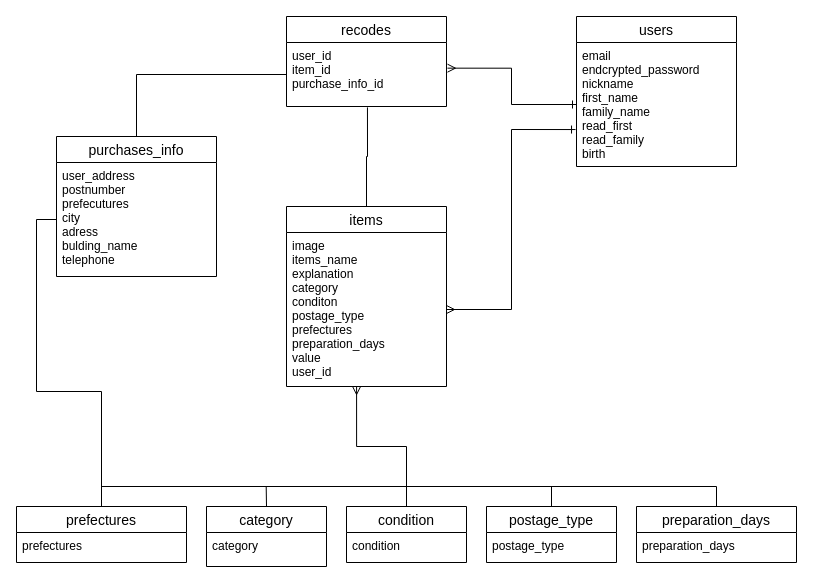
oritaitsuki/furima-36225 keeps this draw.io diagram as furima.dio. Above is the earlier version. Source tidied: cells renumbered, new cells numbered last; positions are measured from the earlier drawing's top-left corner, leaving out a move shared by most shapes. Both pictures are drawn from the tidied source at 100%, with x=0, y=0 at pixel (16, 16).
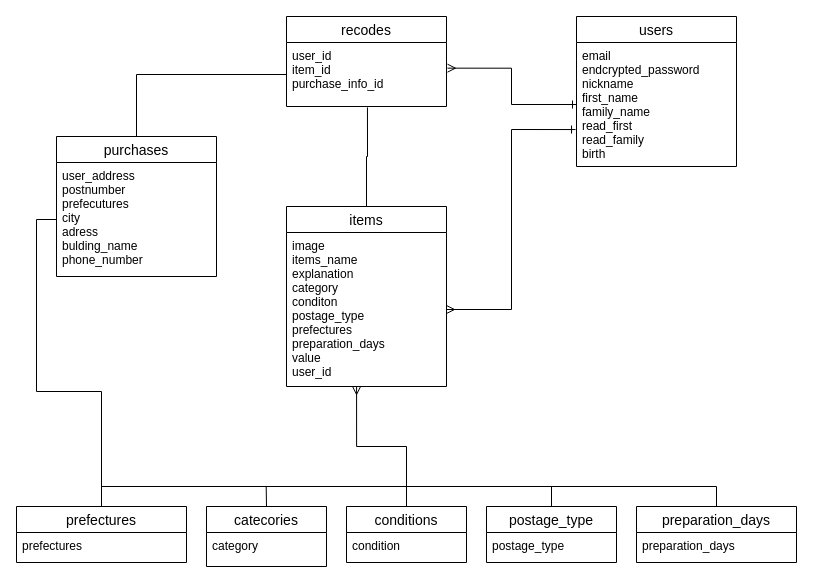
The same diagram, later.

What changed in the source:
```diff
@@
-    <mxCell id="7" value="purchases_info" style="swimlane;fontStyle=0;horizontal=1;startSize=26;align=center;fontSize=14;" parent="1" vertex="1">
+    <mxCell id="7" value="purchases" style="swimlane;fontStyle=0;horizontal=1;startSize=26;align=center;fontSize=14;" parent="1" vertex="1">
       <mxGeometry x="40" y="120" width="160" height="140" as="geometry" />
     </mxCell>
-    <mxCell id="8" value="user_address&#10;postnumber&#10;prefecutures&#10;city&#10;adress&#10;bulding_name&#10;telephone&#10;&#10;" style="text;strokeColor=none;fillColor=none;spacingLeft=4;spacingRight=4;overflow=hidden;points=[[0,0.5],[1,0.5]];portConstraint=eastwest;fontSize=12;" parent="7" vertex="1">
+    <mxCell id="8" value="user_address&#10;postnumber&#10;prefecutures&#10;city&#10;adress&#10;bulding_name&#10;phone_number&#10;" style="text;strokeColor=none;fillColor=none;spacingLeft=4;spacingRight=4;overflow=hidden;points=[[0,0.5],[1,0.5]];portConstraint=eastwest;fontSize=12;" parent="7" vertex="1">
       <mxGeometry y="26" width="160" height="114" as="geometry" />
     </mxCell>
@@
-    <mxCell id="13" value="category" style="swimlane;fontStyle=0;horizontal=1;startSize=26;align=center;fontSize=14;" parent="1" vertex="1">
+    <mxCell id="13" value="catecories" style="swimlane;fontStyle=0;horizontal=1;startSize=26;align=center;fontSize=14;" parent="1" vertex="1">
       <mxGeometry x="190" y="490" width="120" height="60" as="geometry" />
     </mxCell>
@@
-    <mxCell id="16" value="condition" style="swimlane;fontStyle=0;horizontal=1;startSize=26;align=center;fontSize=14;" parent="1" vertex="1">
+    <mxCell id="16" value="conditions" style="swimlane;fontStyle=0;horizontal=1;startSize=26;align=center;fontSize=14;" parent="1" vertex="1">
       <mxGeometry x="330" y="490" width="120" height="56" as="geometry" />
     </mxCell>
```
